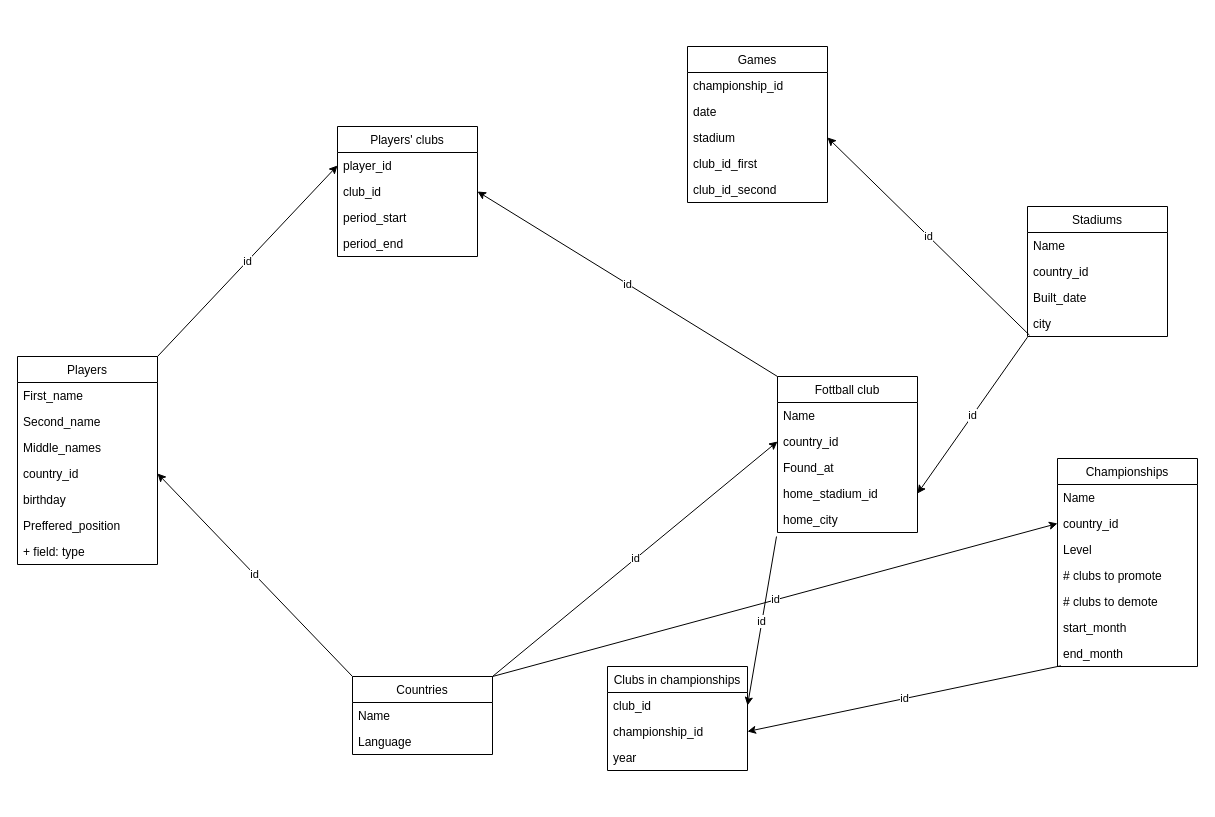
Earlier version of the draw.io diagram SQL_prj.drawio (RVdeported/MySQL_basic). Source tidied: cells renumbered, new cells numbered last; positions are measured from the earlier drawing's top-left corner, leaving out a move shared by most shapes. Both pictures are drawn from the tidied source at 100%, with x=0, y=0 at pixel (17, 46).
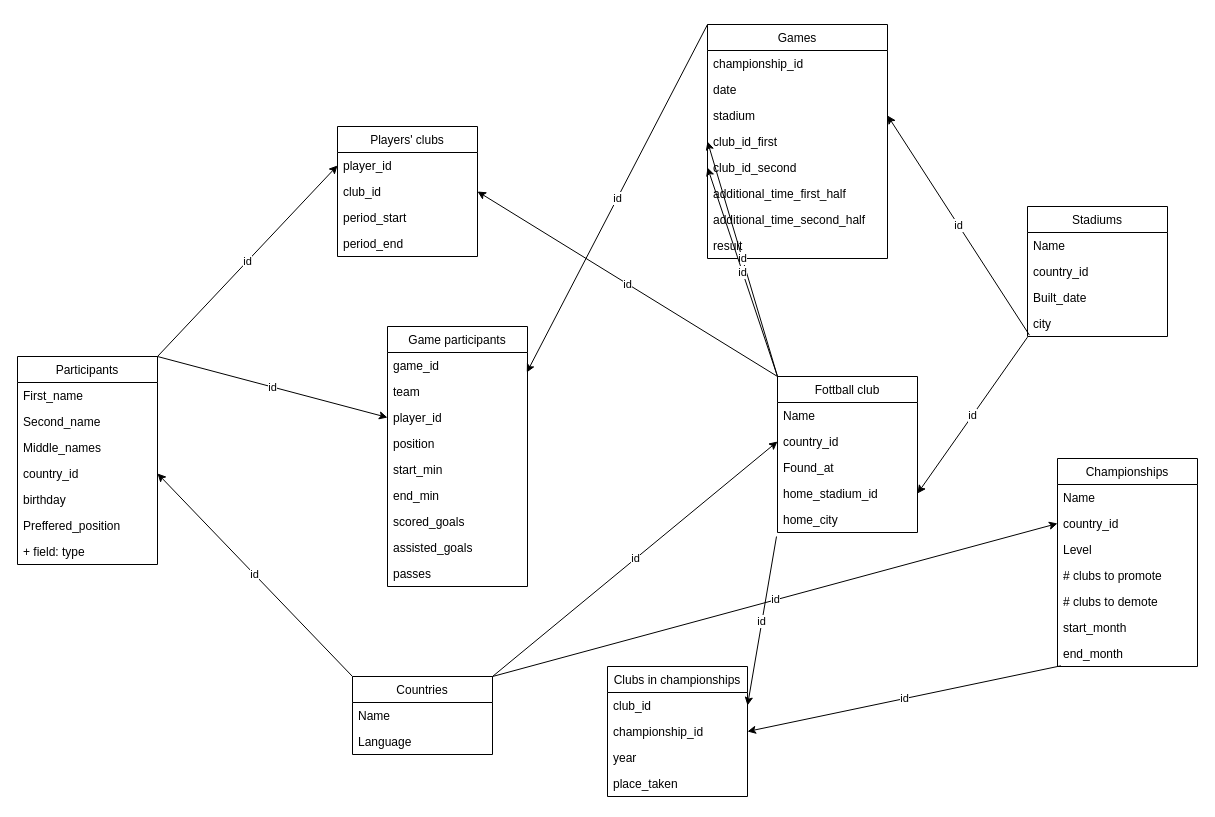
The same diagram, later.

Commit message:
Update SQL_prj_v2

The change refers to these unchanged cells:
```xml
<mxCell id="2" value="Fottball club" style="swimlane;fontStyle=0;horizontal=1;startSize=26;fillColor=none;" parent="1" vertex="1">
  <mxGeometry x="760" y="330" width="140" height="156" as="geometry" />
</mxCell>
```

Diff of the diagram source:
```diff
@@
-    <mxCell id="8" value="Players" style="swimlane;fontStyle=0;horizontal=1;startSize=26;fillColor=none;" parent="1" vertex="1">
+    <mxCell id="8" value="Participants" style="swimlane;fontStyle=0;horizontal=1;startSize=26;fillColor=none;" parent="1" vertex="1">
       <mxGeometry y="310" width="140" height="208" as="geometry" />
     </mxCell>
@@
     <mxCell id="37" value="Clubs in championships" style="swimlane;fontStyle=0;horizontal=1;startSize=26;fillColor=none;" parent="1" vertex="1">
-      <mxGeometry x="590" y="620" width="140" height="104" as="geometry" />
+      <mxGeometry x="590" y="620" width="140" height="130" as="geometry" />
     </mxCell>
@@
+    <mxCell id="56" value="place_taken" style="text;strokeColor=none;fillColor=none;align=left;verticalAlign=top;spacingLeft=4;spacingRight=4;overflow=hidden;" parent="37" vertex="1">
+      <mxGeometry y="104" width="140" height="26" as="geometry" />
+    </mxCell>
@@
     <mxCell id="43" value="Games" style="swimlane;fontStyle=0;horizontal=1;startSize=26;fillColor=none;" parent="1" vertex="1">
-      <mxGeometry x="670" width="140" height="156" as="geometry" />
+      <mxGeometry x="690" y="-22" width="180" height="234" as="geometry" />
     </mxCell>
     <mxCell id="44" value="championship_id" style="text;strokeColor=none;fillColor=none;align=left;verticalAlign=top;spacingLeft=4;spacingRight=4;overflow=hidden;" parent="43" vertex="1">
-      <mxGeometry y="26" width="140" height="26" as="geometry" />
+      <mxGeometry y="26" width="180" height="26" as="geometry" />
     </mxCell>
     <mxCell id="45" value="date" style="text;strokeColor=none;fillColor=none;align=left;verticalAlign=top;spacingLeft=4;spacingRight=4;overflow=hidden;" parent="43" vertex="1">
-      <mxGeometry y="52" width="140" height="26" as="geometry" />
+      <mxGeometry y="52" width="180" height="26" as="geometry" />
     </mxCell>
     <mxCell id="46" value="stadium" style="text;strokeColor=none;fillColor=none;align=left;verticalAlign=top;spacingLeft=4;spacingRight=4;overflow=hidden;points=[[0,0.5],[1,0.5]];portConstraint=eastwest;" parent="43" vertex="1">
-      <mxGeometry y="78" width="140" height="26" as="geometry" />
+      <mxGeometry y="78" width="180" height="26" as="geometry" />
     </mxCell>
     <mxCell id="47" value="club_id_first" style="text;strokeColor=none;fillColor=none;align=left;verticalAlign=top;spacingLeft=4;spacingRight=4;overflow=hidden;points=[[0,0.5],[1,0.5]];portConstraint=eastwest;" parent="43" vertex="1">
-      <mxGeometry y="104" width="140" height="26" as="geometry" />
+      <mxGeometry y="104" width="180" height="26" as="geometry" />
     </mxCell>
     <mxCell id="48" value="club_id_second" style="text;strokeColor=none;fillColor=none;align=left;verticalAlign=top;spacingLeft=4;spacingRight=4;overflow=hidden;points=[[0,0.5],[1,0.5]];portConstraint=eastwest;" parent="43" vertex="1">
-      <mxGeometry y="130" width="140" height="26" as="geometry" />
+      <mxGeometry y="130" width="180" height="26" as="geometry" />
     </mxCell>
+    <mxCell id="57" value="additional_time_first_half" style="text;strokeColor=none;fillColor=none;align=left;verticalAlign=top;spacingLeft=4;spacingRight=4;overflow=hidden;" parent="43" vertex="1">
+      <mxGeometry y="156" width="180" height="26" as="geometry" />
+    </mxCell>
+    <mxCell id="58" value="additional_time_second_half&#10;" style="text;strokeColor=none;fillColor=none;align=left;verticalAlign=top;spacingLeft=4;spacingRight=4;overflow=hidden;" parent="43" vertex="1">
+      <mxGeometry y="182" width="180" height="26" as="geometry" />
+    </mxCell>
+    <mxCell id="59" value="result" style="text;strokeColor=none;fillColor=none;align=left;verticalAlign=top;spacingLeft=4;spacingRight=4;overflow=hidden;" parent="43" vertex="1">
+      <mxGeometry y="208" width="180" height="26" as="geometry" />
+    </mxCell>
@@
+    <mxCell id="60" value="id" style="endArrow=classic;html=1;exitX=0;exitY=0;exitDx=0;exitDy=0;entryX=0;entryY=0.5;entryDx=0;entryDy=0;" parent="1" edge="1" source="2" target="47">
+      <mxGeometry relative="1" as="geometry" />
+    </mxCell>
+    <mxCell id="61" value="id" style="endArrow=classic;html=1;exitX=0;exitY=0;exitDx=0;exitDy=0;entryX=0;entryY=0.5;entryDx=0;entryDy=0;" parent="1" edge="1" source="2" target="48">
+      <mxGeometry relative="1" as="geometry" />
+    </mxCell>
+    <mxCell id="62" value="Game participants" style="swimlane;fontStyle=0;horizontal=1;startSize=26;fillColor=none;" parent="1" vertex="1">
+      <mxGeometry x="370" y="280" width="140" height="260" as="geometry" />
+    </mxCell>
+    <mxCell id="63" value="game_id" style="text;strokeColor=none;fillColor=none;align=left;verticalAlign=top;spacingLeft=4;spacingRight=4;overflow=hidden;points=[[0,0.5],[1,0.5]];portConstraint=eastwest;" parent="62" vertex="1">
+      <mxGeometry y="26" width="140" height="26" as="geometry" />
+    </mxCell>
+    <mxCell id="64" value="team" style="text;strokeColor=none;fillColor=none;align=left;verticalAlign=top;spacingLeft=4;spacingRight=4;overflow=hidden;" parent="62" vertex="1">
+      <mxGeometry y="52" width="140" height="26" as="geometry" />
+    </mxCell>
+    <mxCell id="65" value="player_id" style="text;strokeColor=none;fillColor=none;align=left;verticalAlign=top;spacingLeft=4;spacingRight=4;overflow=hidden;points=[[0,0.5],[1,0.5]];portConstraint=eastwest;" parent="62" vertex="1">
+      <mxGeometry y="78" width="140" height="26" as="geometry" />
+    </mxCell>
+    <mxCell id="66" value="position" style="text;strokeColor=none;fillColor=none;align=left;verticalAlign=top;spacingLeft=4;spacingRight=4;overflow=hidden;" parent="62" vertex="1">
+      <mxGeometry y="104" width="140" height="26" as="geometry" />
+    </mxCell>
+    <mxCell id="67" value="start_min" style="text;strokeColor=none;fillColor=none;align=left;verticalAlign=top;spacingLeft=4;spacingRight=4;overflow=hidden;" parent="62" vertex="1">
+      <mxGeometry y="130" width="140" height="26" as="geometry" />
+    </mxCell>
+    <mxCell id="68" value="end_min" style="text;strokeColor=none;fillColor=none;align=left;verticalAlign=top;spacingLeft=4;spacingRight=4;overflow=hidden;" parent="62" vertex="1">
+      <mxGeometry y="156" width="140" height="26" as="geometry" />
+    </mxCell>
+    <mxCell id="69" value="scored_goals" style="text;strokeColor=none;fillColor=none;align=left;verticalAlign=top;spacingLeft=4;spacingRight=4;overflow=hidden;" parent="62" vertex="1">
+      <mxGeometry y="182" width="140" height="26" as="geometry" />
+    </mxCell>
+    <mxCell id="70" value="assisted_goals" style="text;strokeColor=none;fillColor=none;align=left;verticalAlign=top;spacingLeft=4;spacingRight=4;overflow=hidden;" parent="62" vertex="1">
+      <mxGeometry y="208" width="140" height="26" as="geometry" />
+    </mxCell>
+    <mxCell id="71" value="passes" style="text;strokeColor=none;fillColor=none;align=left;verticalAlign=top;spacingLeft=4;spacingRight=4;overflow=hidden;" parent="62" vertex="1">
+      <mxGeometry y="234" width="140" height="26" as="geometry" />
+    </mxCell>
+    <mxCell id="72" value="id" style="endArrow=classic;html=1;exitX=0;exitY=0;exitDx=0;exitDy=0;entryX=0.995;entryY=0.769;entryDx=0;entryDy=0;entryPerimeter=0;" parent="1" edge="1" source="43" target="63">
+      <mxGeometry relative="1" as="geometry" />
+    </mxCell>
+    <mxCell id="73" value="id" style="endArrow=classic;html=1;exitX=1;exitY=0;exitDx=0;exitDy=0;entryX=0;entryY=0.5;entryDx=0;entryDy=0;" parent="1" edge="1" source="8" target="65">
+      <mxGeometry relative="1" as="geometry" />
+    </mxCell>
```
